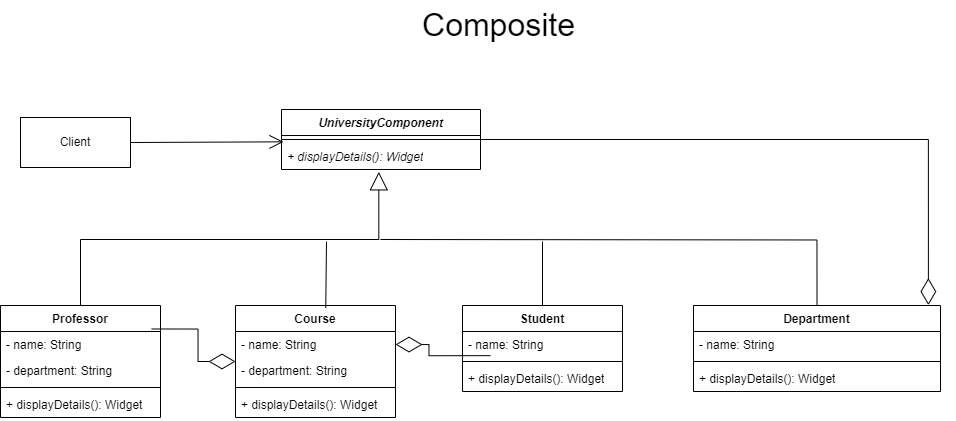
This is diagram.drawio.png from xiangxiang3451/OOAP_02, a draw.io export, as it was before one commit. Source tidied: cells renumbered, new cells last; positions are measured from the earlier drawing's top-left corner, leaving out a move shared by most shapes.
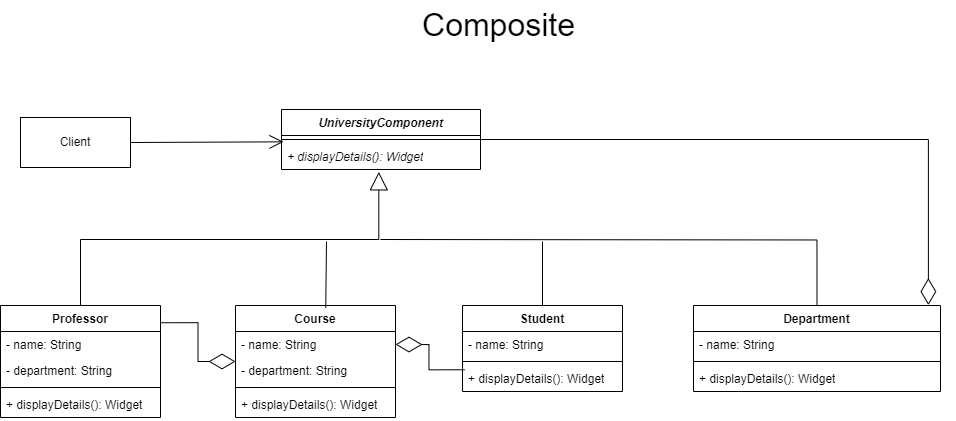
Above is the later version.

The edit, as a diff of the source:
```diff
@@ -103,10 +103,10 @@
     <mxCell id="30" value="&lt;font style=&quot;font-size: 32px;&quot;&gt;Composite&lt;/font&gt;" style="text;html=1;align=center;verticalAlign=middle;strokeColor=none;fillColor=none;fontSize=16;" parent="1" vertex="1">
       <mxGeometry x="412" width="171" height="50" as="geometry" />
     </mxCell>
-    <mxCell id="31" style="endArrow=diamondThin;endFill=0;endSize=24;html=1;rounded=0;fontSize=12;exitX=0.945;exitY=-0.097;exitDx=0;exitDy=0;edgeStyle=orthogonalEdgeStyle;exitPerimeter=0;" parent="1" edge="1" source="8" target="12">
+    <mxCell id="31" style="endArrow=diamondThin;endFill=0;endSize=24;html=1;rounded=0;fontSize=12;exitX=0.999;exitY=0.154;exitDx=0;exitDy=0;edgeStyle=orthogonalEdgeStyle;exitPerimeter=0;" parent="1" edge="1" source="7" target="12">
       <mxGeometry relative="1" as="geometry" />
     </mxCell>
-    <mxCell id="32" style="endArrow=diamondThin;endFill=0;endSize=24;html=1;rounded=0;fontSize=12;exitX=0.175;exitY=0.929;exitDx=0;exitDy=0;edgeStyle=orthogonalEdgeStyle;exitPerimeter=0;entryX=1;entryY=0.5;entryDx=0;entryDy=0;" parent="1" edge="1" source="18" target="13">
+    <mxCell id="32" style="endArrow=diamondThin;endFill=0;endSize=24;html=1;rounded=0;fontSize=12;exitX=0.013;exitY=0.164;exitDx=0;exitDy=0;edgeStyle=orthogonalEdgeStyle;exitPerimeter=0;entryX=1;entryY=0.5;entryDx=0;entryDy=0;" parent="1" edge="1" source="20" target="13">
       <mxGeometry relative="1" as="geometry" />
     </mxCell>
   </root>
```
